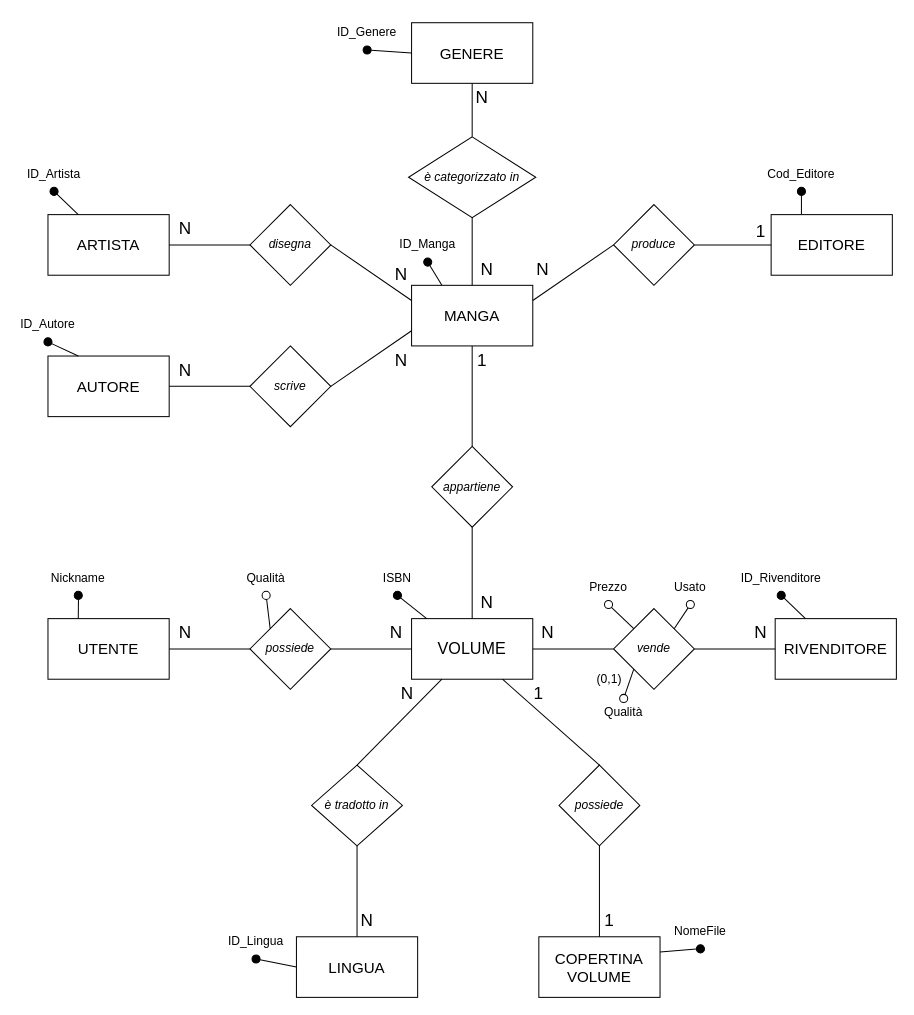
Before: Manga - Schema ER.drawio in Poisonbeak/Archivio-Collezionista-Manga, a draw.io diagram. Source tidied: cells renumbered, new cells numbered last; positions are measured from the earlier drawing's top-left corner, leaving out a move shared by most shapes. Both pictures are drawn from the tidied source at 101%, with x=0, y=0 at pixel (17, 17).
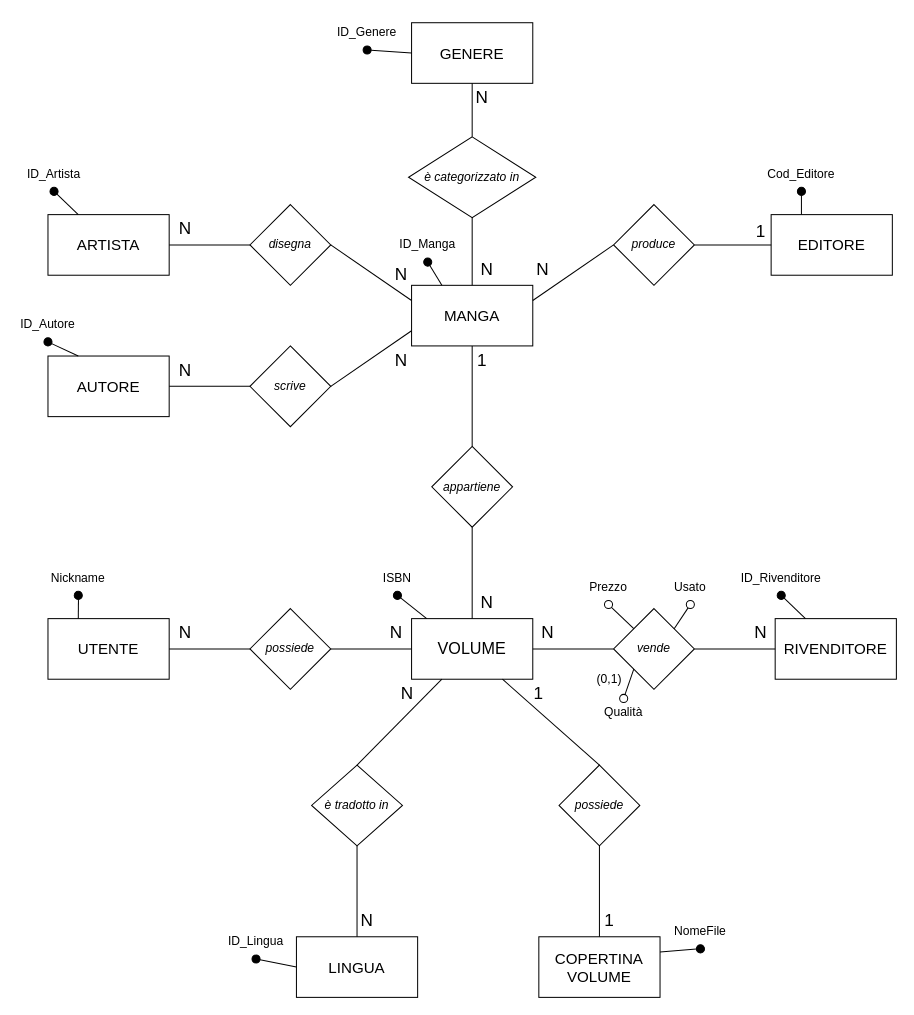
Above is the later version.

The change refers to these unchanged cells:
```xml
<mxCell id="4" value="&lt;i&gt;possiede&lt;/i&gt;" style="rhombus;whiteSpace=wrap;html=1;" parent="1" vertex="1">
  <mxGeometry x="230" y="585" width="80" height="80" as="geometry" />
</mxCell>
```

The edit, as a diff of the source:
```diff
@@
-    <mxCell id="90" style="group;" parent="1" vertex="1">
-      <mxGeometry x="216" y="540" width="60" height="36" as="geometry" />
-    </mxCell>
-    <mxCell id="91" style="group;" parent="90" vertex="1">
-      <mxGeometry width="60" height="36" as="geometry" />
-    </mxCell>
-    <mxCell id="92" style="group;" parent="91" vertex="1">
-      <mxGeometry width="60" height="36" as="geometry" />
-    </mxCell>
-    <mxCell id="93" style="ellipse;whiteSpace=wrap;html=1;fillColor=#FFFFFF;" parent="92" vertex="1">
-      <mxGeometry x="26" y="28" width="8" height="8" as="geometry" />
-    </mxCell>
-    <mxCell id="94" value="Qualità" style="text;html=1;align=center;verticalAlign=middle;whiteSpace=wrap;rounded=0;" parent="92" vertex="1">
-      <mxGeometry width="60" height="30" as="geometry" />
-    </mxCell>
-    <mxCell id="95" style="endArrow=none;html=1;rounded=0;exitX=0;exitY=0;exitDx=0;exitDy=0;" parent="90" edge="1" source="4" target="93">
-      <mxGeometry relative="1" as="geometry" />
-    </mxCell>
```
